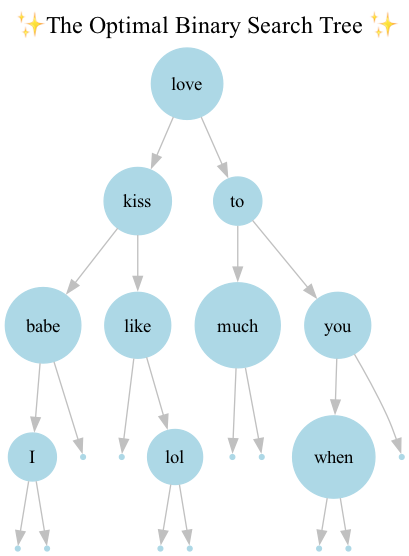
SharQawyCS/Optimal-Binary-Search-Tree keeps this Graphviz diagram as obst.png. Above is the earlier version. Its source is kept beside it as obst.dot.
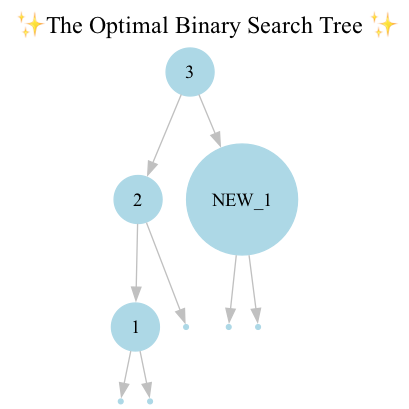
The same diagram one commit later.

Diff of the diagram source:
```diff
@@ -5,35 +5,17 @@
 node [shape=circle, style=filled, color=lightblue, fontcolor=black, fontsize=14;
 ];
 edge [color=gray];
-  "love" -> "kiss";
-  "kiss" -> "babe";
-  "babe" -> "I";
+  "3" -> "2";
+  "2" -> "1";
   null0 [shape=point];
-  "I" -> null0;
+  "1" -> null0;
   null1 [shape=point];
-  "I" -> null1;
+  "1" -> null1;
   null2 [shape=point];
-  "babe" -> null2;
-  "kiss" -> "like";
+  "2" -> null2;
+  "3" -> "NEW_1";
   null3 [shape=point];
-  "like" -> null3;
-  "like" -> "lol";
+  "NEW_1" -> null3;
   null4 [shape=point];
-  "lol" -> null4;
-  null5 [shape=point];
-  "lol" -> null5;
-  "love" -> "to";
-  "to" -> "much";
-  null6 [shape=point];
-  "much" -> null6;
-  null7 [shape=point];
-  "much" -> null7;
-  "to" -> "you";
-  "you" -> "when";
-  null8 [shape=point];
-  "when" -> null8;
-  null9 [shape=point];
-  "when" -> null9;
-  null10 [shape=point];
-  "you" -> null10;
+  "NEW_1" -> null4;
 }
```
